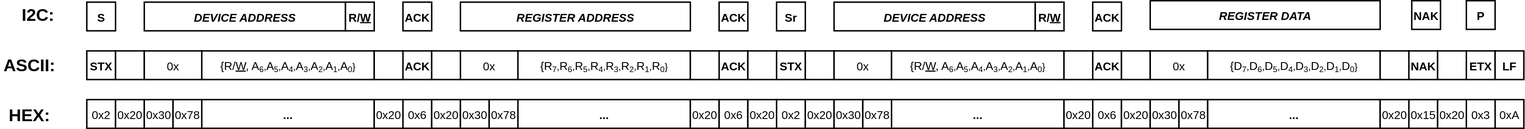
The draw.io diagram Table.svg in TomFahey/FPGA-I2C-Monitor, before a commit. Source tidied: cells renumbered, new cells last; positions are measured from the earlier drawing's top-left corner, leaving out a move shared by most shapes.
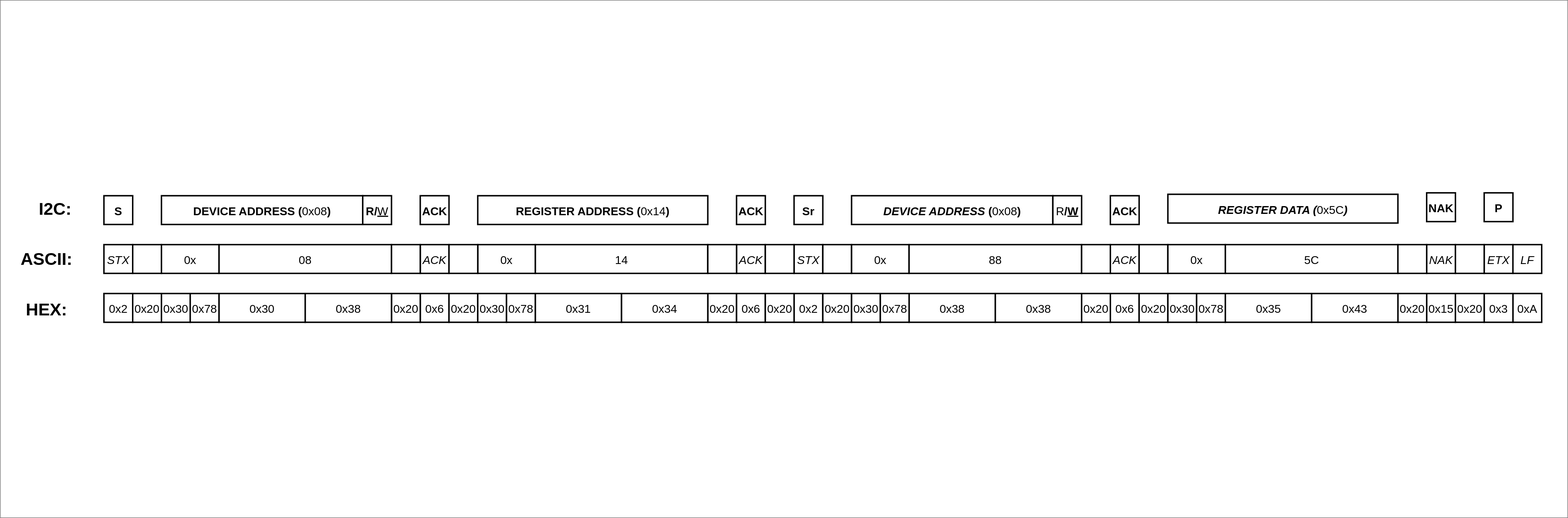
After the change.

What changed in the source:
```diff
@@ -4,2 +4,5 @@
     <mxCell id="1" parent="0" />
+    <mxCell id="74" style="rounded=0;whiteSpace=wrap;html=1;fillColor=none;" parent="1" vertex="1">
+      <mxGeometry x="-60" y="-675" width="5450" height="1800" as="geometry" />
+    </mxCell>
     <mxCell id="2" value="&lt;font style=&quot;font-size: 40px;&quot;&gt;S&lt;/font&gt;" style="rounded=0;whiteSpace=wrap;html=1;strokeWidth=5;fontStyle=1;fontSize=50;" parent="1" vertex="1">
@@ -7,6 +10,6 @@
     </mxCell>
-    <mxCell id="3" value="&lt;font style=&quot;font-size: 40px;&quot;&gt;&lt;b&gt;&lt;i&gt;DEVICE ADDRESS&lt;/i&gt;&lt;/b&gt;&lt;/font&gt;" style="rounded=0;whiteSpace=wrap;html=1;strokeWidth=5;fontSize=50;" parent="1" vertex="1">
+    <mxCell id="3" value="&lt;font style=&quot;font-size: 40px;&quot;&gt;&lt;b&gt;DEVICE ADDRESS (&lt;/b&gt;0x08&lt;b&gt;)&lt;/b&gt;&lt;/font&gt;" style="rounded=0;whiteSpace=wrap;html=1;strokeWidth=5;fontSize=50;" parent="1" vertex="1">
       <mxGeometry x="500" y="5" width="700" height="100" as="geometry" />
     </mxCell>
-    <mxCell id="4" value="&lt;b&gt;&lt;font style=&quot;font-size: 40px;&quot;&gt;R/&lt;u&gt;W&lt;/u&gt;&lt;/font&gt;&lt;/b&gt;" style="rounded=0;whiteSpace=wrap;html=1;strokeWidth=5;fontSize=50;align=center;" parent="1" vertex="1">
+    <mxCell id="4" value="&lt;font style=&quot;font-size: 40px;&quot;&gt;&lt;b&gt;R/&lt;/b&gt;&lt;u style=&quot;&quot;&gt;W&lt;/u&gt;&lt;/font&gt;" style="rounded=0;whiteSpace=wrap;html=1;strokeWidth=5;fontSize=50;align=center;" parent="1" vertex="1">
       <mxGeometry x="1200" y="5" width="100" height="100" as="geometry" />
@@ -16,3 +19,3 @@
     </mxCell>
-    <mxCell id="6" value="&lt;font style=&quot;&quot;&gt;&lt;b style=&quot;&quot;&gt;&lt;font style=&quot;font-size: 40px;&quot;&gt;&lt;i&gt;REGISTER ADDRESS&lt;/i&gt;&lt;/font&gt;&lt;/b&gt;&lt;br style=&quot;font-size: 50px;&quot;&gt;&lt;/font&gt;" style="rounded=0;whiteSpace=wrap;html=1;strokeWidth=5;fontSize=50;" parent="1" vertex="1">
+    <mxCell id="6" value="&lt;font style=&quot;&quot;&gt;&lt;font style=&quot;font-size: 40px;&quot;&gt;&lt;b&gt;REGISTER ADDRESS (&lt;/b&gt;0x14&lt;b&gt;)&lt;/b&gt;&lt;/font&gt;&lt;br style=&quot;font-size: 50px;&quot;&gt;&lt;/font&gt;" style="rounded=0;whiteSpace=wrap;html=1;strokeWidth=5;fontSize=50;" parent="1" vertex="1">
       <mxGeometry x="1600" y="5" width="800" height="100" as="geometry" />
@@ -25,6 +28,6 @@
     </mxCell>
-    <mxCell id="9" value="&lt;font style=&quot;&quot;&gt;&lt;b style=&quot;&quot;&gt;&lt;font style=&quot;font-size: 40px;&quot;&gt;&lt;i&gt;DEVICE ADDRESS&lt;/i&gt;&lt;/font&gt;&lt;/b&gt;&lt;br style=&quot;font-size: 50px;&quot;&gt;&lt;/font&gt;" style="rounded=0;whiteSpace=wrap;html=1;strokeWidth=5;fontSize=50;" parent="1" vertex="1">
+    <mxCell id="9" value="&lt;font style=&quot;&quot;&gt;&lt;font style=&quot;font-size: 40px;&quot;&gt;&lt;i style=&quot;font-weight: bold;&quot;&gt;DEVICE ADDRESS&lt;/i&gt;&lt;b&gt;&amp;nbsp;(&lt;/b&gt;0x08&lt;b&gt;)&lt;/b&gt;&lt;/font&gt;&lt;br style=&quot;font-size: 50px;&quot;&gt;&lt;/font&gt;" style="rounded=0;whiteSpace=wrap;html=1;strokeWidth=5;fontSize=50;" parent="1" vertex="1">
       <mxGeometry x="2900" y="5" width="700" height="100" as="geometry" />
     </mxCell>
-    <mxCell id="10" value="&lt;b&gt;&lt;font style=&quot;font-size: 40px;&quot;&gt;R/&lt;u&gt;W&lt;/u&gt;&lt;/font&gt;&lt;/b&gt;" style="rounded=0;whiteSpace=wrap;html=1;strokeWidth=5;fontSize=50;align=center;" parent="1" vertex="1">
+    <mxCell id="10" value="&lt;font style=&quot;font-size: 40px;&quot;&gt;R&lt;b&gt;/&lt;/b&gt;&lt;u style=&quot;font-weight: bold;&quot;&gt;W&lt;/u&gt;&lt;/font&gt;" style="rounded=0;whiteSpace=wrap;html=1;strokeWidth=5;fontSize=50;align=center;" parent="1" vertex="1">
       <mxGeometry x="3600" y="5" width="100" height="100" as="geometry" />
@@ -34,3 +37,3 @@
     </mxCell>
-    <mxCell id="12" value="&lt;font style=&quot;&quot;&gt;&lt;b style=&quot;&quot;&gt;&lt;font style=&quot;font-size: 40px;&quot;&gt;&lt;i&gt;REGISTER DATA&lt;/i&gt;&lt;/font&gt;&lt;/b&gt;&lt;br style=&quot;font-size: 50px;&quot;&gt;&lt;/font&gt;" style="rounded=0;whiteSpace=wrap;html=1;strokeWidth=5;fontSize=50;" parent="1" vertex="1">
+    <mxCell id="12" value="&lt;font style=&quot;&quot;&gt;&lt;font style=&quot;font-size: 40px;&quot;&gt;&lt;i style=&quot;font-weight: bold;&quot;&gt;REGISTER DATA (&lt;/i&gt;0x5C&lt;i style=&quot;font-weight: bold;&quot;&gt;)&lt;/i&gt;&lt;/font&gt;&lt;br style=&quot;font-size: 50px;&quot;&gt;&lt;/font&gt;" style="rounded=0;whiteSpace=wrap;html=1;strokeWidth=5;fontSize=50;" parent="1" vertex="1">
       <mxGeometry x="4000" width="800" height="100" as="geometry" />
@@ -38,26 +41,26 @@
     <mxCell id="13" value="&lt;font style=&quot;font-size: 40px;&quot;&gt;&lt;b&gt;NAK&lt;/b&gt;&lt;/font&gt;" style="rounded=0;whiteSpace=wrap;html=1;strokeWidth=5;fontSize=50;" parent="1" vertex="1">
-      <mxGeometry x="4910" width="100" height="100" as="geometry" />
+      <mxGeometry x="4900" y="-5" width="100" height="100" as="geometry" />
     </mxCell>
     <mxCell id="14" value="&lt;font style=&quot;font-size: 40px;&quot;&gt;&lt;b&gt;P&lt;/b&gt;&lt;/font&gt;" style="rounded=0;whiteSpace=wrap;html=1;strokeWidth=5;fontSize=50;" parent="1" vertex="1">
-      <mxGeometry x="5100" width="100" height="100" as="geometry" />
+      <mxGeometry x="5100" y="-5" width="100" height="100" as="geometry" />
     </mxCell>
-    <mxCell id="15" value="&lt;span style=&quot;font-size: 40px;&quot;&gt;STX&lt;/span&gt;" style="rounded=0;whiteSpace=wrap;html=1;strokeWidth=5;fontStyle=1;fontSize=50;" parent="1" vertex="1">
+    <mxCell id="15" value="&lt;span style=&quot;font-size: 40px; font-weight: normal;&quot;&gt;&lt;i&gt;STX&lt;/i&gt;&lt;/span&gt;" style="rounded=0;whiteSpace=wrap;html=1;strokeWidth=5;fontStyle=1;fontSize=50;" parent="1" vertex="1">
       <mxGeometry x="300" y="175" width="100" height="100" as="geometry" />
     </mxCell>
-    <mxCell id="16" value="&lt;font style=&quot;font-size: 40px;&quot;&gt;{R/&lt;u&gt;W&lt;/u&gt;, A&lt;/font&gt;&lt;font style=&quot;font-size: 33.3333px;&quot;&gt;&lt;sub&gt;6&lt;/sub&gt;,&lt;/font&gt;&lt;font style=&quot;font-size: 40px;&quot;&gt;A&lt;/font&gt;&lt;font style=&quot;font-size: 33.3333px;&quot;&gt;&lt;sub&gt;5&lt;/sub&gt;,&lt;/font&gt;&lt;font style=&quot;font-size: 40px;&quot;&gt;A&lt;/font&gt;&lt;font style=&quot;font-size: 33.3333px;&quot;&gt;&lt;sub&gt;4&lt;/sub&gt;,&lt;/font&gt;&lt;font style=&quot;font-size: 40px;&quot;&gt;A&lt;/font&gt;&lt;font style=&quot;font-size: 33.3333px;&quot;&gt;&lt;sub&gt;3&lt;/sub&gt;,&lt;/font&gt;&lt;font style=&quot;font-size: 40px;&quot;&gt;A&lt;/font&gt;&lt;font style=&quot;font-size: 33.3333px;&quot;&gt;&lt;sub&gt;2&lt;/sub&gt;,&lt;/font&gt;&lt;font style=&quot;font-size: 40px;&quot;&gt;A&lt;/font&gt;&lt;font style=&quot;font-size: 33.3333px;&quot;&gt;&lt;sub&gt;1&lt;/sub&gt;,&lt;/font&gt;&lt;font style=&quot;font-size: 40px;&quot;&gt;A&lt;/font&gt;&lt;font style=&quot;font-size: 33.3333px;&quot;&gt;&lt;sub style=&quot;&quot;&gt;0&lt;/sub&gt;}&lt;/font&gt;" style="rounded=0;whiteSpace=wrap;html=1;strokeWidth=5;fontSize=50;" parent="1" vertex="1">
+    <mxCell id="16" value="&lt;span style=&quot;font-size: 40px;&quot;&gt;08&lt;/span&gt;" style="rounded=0;whiteSpace=wrap;html=1;strokeWidth=5;fontSize=50;" parent="1" vertex="1">
       <mxGeometry x="700" y="175" width="600" height="100" as="geometry" />
     </mxCell>
-    <mxCell id="17" value="&lt;font style=&quot;font-size: 40px;&quot;&gt;&lt;b&gt;ACK&lt;/b&gt;&lt;/font&gt;" style="rounded=0;whiteSpace=wrap;html=1;strokeWidth=5;fontSize=50;" parent="1" vertex="1">
+    <mxCell id="17" value="&lt;font style=&quot;font-size: 40px;&quot;&gt;&lt;i style=&quot;&quot;&gt;ACK&lt;/i&gt;&lt;/font&gt;" style="rounded=0;whiteSpace=wrap;html=1;strokeWidth=5;fontSize=50;" parent="1" vertex="1">
       <mxGeometry x="1400" y="175" width="100" height="100" as="geometry" />
     </mxCell>
-    <mxCell id="18" value="&lt;font style=&quot;font-size: 40px;&quot;&gt;&lt;b&gt;STX&lt;/b&gt;&lt;/font&gt;" style="rounded=0;whiteSpace=wrap;html=1;strokeWidth=5;fontSize=50;" parent="1" vertex="1">
+    <mxCell id="18" value="&lt;font style=&quot;font-size: 40px;&quot;&gt;&lt;i style=&quot;&quot;&gt;STX&lt;/i&gt;&lt;/font&gt;" style="rounded=0;whiteSpace=wrap;html=1;strokeWidth=5;fontSize=50;" parent="1" vertex="1">
       <mxGeometry x="2700" y="175" width="100" height="100" as="geometry" />
     </mxCell>
-    <mxCell id="19" value="&lt;font style=&quot;font-size: 40px;&quot;&gt;&lt;b&gt;ACK&lt;/b&gt;&lt;/font&gt;" style="rounded=0;whiteSpace=wrap;html=1;strokeWidth=5;fontSize=50;" parent="1" vertex="1">
+    <mxCell id="19" value="&lt;font style=&quot;font-size: 40px;&quot;&gt;&lt;i style=&quot;&quot;&gt;ACK&lt;/i&gt;&lt;/font&gt;" style="rounded=0;whiteSpace=wrap;html=1;strokeWidth=5;fontSize=50;" parent="1" vertex="1">
       <mxGeometry x="3800" y="175" width="100" height="100" as="geometry" />
     </mxCell>
-    <mxCell id="20" value="&lt;font style=&quot;font-size: 40px;&quot;&gt;&lt;b&gt;NAK&lt;/b&gt;&lt;/font&gt;" style="rounded=0;whiteSpace=wrap;html=1;strokeWidth=5;fontSize=50;" parent="1" vertex="1">
+    <mxCell id="20" value="&lt;font style=&quot;font-size: 40px;&quot;&gt;&lt;i style=&quot;&quot;&gt;NAK&lt;/i&gt;&lt;/font&gt;" style="rounded=0;whiteSpace=wrap;html=1;strokeWidth=5;fontSize=50;" parent="1" vertex="1">
       <mxGeometry x="4900" y="175" width="100" height="100" as="geometry" />
     </mxCell>
-    <mxCell id="21" value="&lt;font style=&quot;font-size: 40px;&quot;&gt;&lt;b&gt;ETX&lt;/b&gt;&lt;/font&gt;" style="rounded=0;whiteSpace=wrap;html=1;strokeWidth=5;fontSize=50;" parent="1" vertex="1">
+    <mxCell id="21" value="&lt;font style=&quot;font-size: 40px;&quot;&gt;&lt;i style=&quot;&quot;&gt;ETX&lt;/i&gt;&lt;/font&gt;" style="rounded=0;whiteSpace=wrap;html=1;strokeWidth=5;fontSize=50;" parent="1" vertex="1">
       <mxGeometry x="5100" y="175" width="100" height="100" as="geometry" />
@@ -70,4 +73,4 @@
     </mxCell>
-    <mxCell id="24" value="&lt;font style=&quot;&quot;&gt;&lt;b style=&quot;&quot;&gt;&lt;font style=&quot;font-size: 40px;&quot;&gt;...&lt;/font&gt;&lt;/b&gt;&lt;br style=&quot;font-size: 50px;&quot;&gt;&lt;/font&gt;" style="rounded=0;whiteSpace=wrap;html=1;strokeWidth=5;fontSize=50;" parent="1" vertex="1">
-      <mxGeometry x="700" y="345" width="600" height="100" as="geometry" />
+    <mxCell id="24" value="&lt;font style=&quot;&quot;&gt;&lt;font style=&quot;font-size: 40px;&quot;&gt;0x30&lt;/font&gt;&lt;br style=&quot;font-size: 50px;&quot;&gt;&lt;/font&gt;" style="rounded=0;whiteSpace=wrap;html=1;strokeWidth=5;fontSize=50;" parent="1" vertex="1">
+      <mxGeometry x="700" y="345" width="300" height="100" as="geometry" />
     </mxCell>
@@ -79,4 +82,4 @@
     </mxCell>
-    <mxCell id="27" value="&lt;font style=&quot;&quot;&gt;&lt;b style=&quot;&quot;&gt;&lt;font style=&quot;font-size: 40px;&quot;&gt;...&lt;/font&gt;&lt;/b&gt;&lt;br style=&quot;font-size: 50px;&quot;&gt;&lt;/font&gt;" style="rounded=0;whiteSpace=wrap;html=1;strokeWidth=5;fontSize=50;" parent="1" vertex="1">
-      <mxGeometry x="1800" y="345" width="600" height="100" as="geometry" />
+    <mxCell id="27" value="&lt;font style=&quot;&quot;&gt;&lt;font style=&quot;font-size: 40px;&quot;&gt;0x31&lt;/font&gt;&lt;br style=&quot;font-size: 50px;&quot;&gt;&lt;/font&gt;" style="rounded=0;whiteSpace=wrap;html=1;strokeWidth=5;fontSize=50;" parent="1" vertex="1">
+      <mxGeometry x="1800" y="345" width="300" height="100" as="geometry" />
     </mxCell>
@@ -85,4 +88,4 @@
     </mxCell>
-    <mxCell id="29" value="&lt;font style=&quot;&quot;&gt;&lt;b style=&quot;&quot;&gt;&lt;font style=&quot;font-size: 40px;&quot;&gt;...&lt;/font&gt;&lt;/b&gt;&lt;br style=&quot;font-size: 50px;&quot;&gt;&lt;/font&gt;" style="rounded=0;whiteSpace=wrap;html=1;strokeWidth=5;fontSize=50;" parent="1" vertex="1">
-      <mxGeometry x="3100" y="345" width="600" height="100" as="geometry" />
+    <mxCell id="29" value="&lt;font style=&quot;&quot;&gt;&lt;font style=&quot;font-size: 40px;&quot;&gt;0x38&lt;/font&gt;&lt;br style=&quot;font-size: 50px;&quot;&gt;&lt;/font&gt;" style="rounded=0;whiteSpace=wrap;html=1;strokeWidth=5;fontSize=50;" parent="1" vertex="1">
+      <mxGeometry x="3100" y="345" width="300" height="100" as="geometry" />
     </mxCell>
@@ -109,3 +112,3 @@
     </mxCell>
-    <mxCell id="37" value="&lt;font style=&quot;&quot;&gt;&lt;span style=&quot;font-weight: normal;&quot;&gt;&lt;span style=&quot;&quot;&gt;&lt;font style=&quot;font-size: 40px;&quot;&gt;{&lt;/font&gt;&lt;/span&gt;&lt;span&gt;&lt;font style=&quot;font-size: 40px;&quot;&gt;R&lt;/font&gt;&lt;font style=&quot;font-size: 33.3333px;&quot;&gt;&lt;sub&gt;7&lt;/sub&gt;,&lt;/font&gt;&lt;/span&gt;&lt;span style=&quot;&quot;&gt;&lt;font style=&quot;font-size: 40px;&quot;&gt;R&lt;/font&gt;&lt;font style=&quot;font-size: 33.3333px;&quot;&gt;&lt;sub&gt;6&lt;/sub&gt;,&lt;/font&gt;&lt;font style=&quot;font-size: 40px;&quot;&gt;R&lt;/font&gt;&lt;/span&gt;&lt;span&gt;&lt;font style=&quot;font-size: 33.3333px;&quot;&gt;&lt;sub&gt;5&lt;/sub&gt;,&lt;/font&gt;&lt;font style=&quot;font-size: 40px;&quot;&gt;R&lt;/font&gt;&lt;/span&gt;&lt;span&gt;&lt;font style=&quot;font-size: 33.3333px;&quot;&gt;&lt;sub&gt;4&lt;/sub&gt;,&lt;/font&gt;&lt;font style=&quot;font-size: 40px;&quot;&gt;R&lt;/font&gt;&lt;/span&gt;&lt;span&gt;&lt;font style=&quot;font-size: 33.3333px;&quot;&gt;&lt;sub&gt;3&lt;/sub&gt;,&lt;/font&gt;&lt;font style=&quot;font-size: 40px;&quot;&gt;R&lt;/font&gt;&lt;/span&gt;&lt;span&gt;&lt;font style=&quot;font-size: 33.3333px;&quot;&gt;&lt;sub&gt;2&lt;/sub&gt;,&lt;/font&gt;&lt;font style=&quot;font-size: 40px;&quot;&gt;R&lt;/font&gt;&lt;/span&gt;&lt;span&gt;&lt;font style=&quot;font-size: 33.3333px;&quot;&gt;&lt;sub&gt;1&lt;/sub&gt;,&lt;/font&gt;&lt;font style=&quot;font-size: 40px;&quot;&gt;R&lt;/font&gt;&lt;/span&gt;&lt;span&gt;&lt;font style=&quot;font-size: 33.3333px;&quot;&gt;&lt;sub&gt;0&lt;/sub&gt;}&lt;/font&gt;&lt;/span&gt;&lt;/span&gt;&lt;br style=&quot;font-size: 50px;&quot;&gt;&lt;/font&gt;" style="rounded=0;whiteSpace=wrap;html=1;strokeWidth=5;fontSize=50;fontStyle=1;" parent="1" vertex="1">
+    <mxCell id="37" value="&lt;font style=&quot;font-size: 40px; font-weight: 400;&quot;&gt;14&lt;/font&gt;" style="rounded=0;whiteSpace=wrap;html=1;strokeWidth=5;fontSize=50;fontStyle=1;" parent="1" vertex="1">
       <mxGeometry x="1800" y="175" width="600" height="100" as="geometry" />
@@ -118,3 +121,3 @@
     </mxCell>
-    <mxCell id="40" value="&lt;font style=&quot;font-size: 40px;&quot;&gt;&lt;b&gt;ACK&lt;/b&gt;&lt;/font&gt;" style="rounded=0;whiteSpace=wrap;html=1;strokeWidth=5;fontSize=50;" parent="1" vertex="1">
+    <mxCell id="40" value="&lt;font style=&quot;font-size: 40px;&quot;&gt;&lt;i style=&quot;&quot;&gt;ACK&lt;/i&gt;&lt;/font&gt;" style="rounded=0;whiteSpace=wrap;html=1;strokeWidth=5;fontSize=50;" parent="1" vertex="1">
       <mxGeometry x="2500" y="175" width="100" height="100" as="geometry" />
@@ -133,3 +136,3 @@
     </mxCell>
-    <mxCell id="45" value="&lt;font style=&quot;font-size: 40px;&quot;&gt;{R/&lt;u&gt;W&lt;/u&gt;, A&lt;/font&gt;&lt;font style=&quot;font-size: 33.3333px;&quot;&gt;&lt;sub&gt;6&lt;/sub&gt;,&lt;/font&gt;&lt;font style=&quot;font-size: 40px;&quot;&gt;A&lt;/font&gt;&lt;font style=&quot;font-size: 33.3333px;&quot;&gt;&lt;sub&gt;5&lt;/sub&gt;,&lt;/font&gt;&lt;font style=&quot;font-size: 40px;&quot;&gt;A&lt;/font&gt;&lt;font style=&quot;font-size: 33.3333px;&quot;&gt;&lt;sub&gt;4&lt;/sub&gt;,&lt;/font&gt;&lt;font style=&quot;font-size: 40px;&quot;&gt;A&lt;/font&gt;&lt;font style=&quot;font-size: 33.3333px;&quot;&gt;&lt;sub&gt;3&lt;/sub&gt;,&lt;/font&gt;&lt;font style=&quot;font-size: 40px;&quot;&gt;A&lt;/font&gt;&lt;font style=&quot;font-size: 33.3333px;&quot;&gt;&lt;sub&gt;2&lt;/sub&gt;,&lt;/font&gt;&lt;font style=&quot;font-size: 40px;&quot;&gt;A&lt;/font&gt;&lt;font style=&quot;font-size: 33.3333px;&quot;&gt;&lt;sub&gt;1&lt;/sub&gt;,&lt;/font&gt;&lt;font style=&quot;font-size: 40px;&quot;&gt;A&lt;/font&gt;&lt;font style=&quot;font-size: 33.3333px;&quot;&gt;&lt;sub style=&quot;&quot;&gt;0&lt;/sub&gt;}&lt;/font&gt;" style="rounded=0;whiteSpace=wrap;html=1;strokeWidth=5;fontSize=50;" parent="1" vertex="1">
+    <mxCell id="45" value="&lt;span style=&quot;font-size: 40px;&quot;&gt;88&lt;/span&gt;" style="rounded=0;whiteSpace=wrap;html=1;strokeWidth=5;fontSize=50;" parent="1" vertex="1">
       <mxGeometry x="3100" y="175" width="600" height="100" as="geometry" />
@@ -148,3 +151,3 @@
     </mxCell>
-    <mxCell id="50" value="&lt;font style=&quot;&quot;&gt;&lt;font style=&quot;font-size: 40px;&quot;&gt;{D&lt;/font&gt;&lt;font style=&quot;font-size: 33.3333px;&quot;&gt;&lt;sub&gt;7&lt;/sub&gt;,&lt;/font&gt;&lt;font style=&quot;font-size: 40px;&quot;&gt;D&lt;/font&gt;&lt;font style=&quot;font-size: 33.3333px;&quot;&gt;&lt;sub&gt;6&lt;/sub&gt;,&lt;/font&gt;&lt;font style=&quot;font-size: 40px;&quot;&gt;D&lt;/font&gt;&lt;font style=&quot;font-size: 33.3333px;&quot;&gt;&lt;sub&gt;5&lt;/sub&gt;,&lt;/font&gt;&lt;font style=&quot;font-size: 40px;&quot;&gt;D&lt;/font&gt;&lt;font style=&quot;font-size: 33.3333px;&quot;&gt;&lt;sub&gt;4&lt;/sub&gt;,&lt;/font&gt;&lt;font style=&quot;font-size: 40px;&quot;&gt;D&lt;/font&gt;&lt;font style=&quot;font-size: 33.3333px;&quot;&gt;&lt;sub&gt;3&lt;/sub&gt;,&lt;/font&gt;&lt;font style=&quot;font-size: 40px;&quot;&gt;D&lt;/font&gt;&lt;font style=&quot;font-size: 33.3333px;&quot;&gt;&lt;sub&gt;2&lt;/sub&gt;,&lt;/font&gt;&lt;font style=&quot;font-size: 40px;&quot;&gt;D&lt;/font&gt;&lt;font style=&quot;font-size: 33.3333px;&quot;&gt;&lt;sub&gt;1&lt;/sub&gt;,&lt;/font&gt;&lt;font style=&quot;font-size: 40px;&quot;&gt;D&lt;/font&gt;&lt;font style=&quot;font-size: 33.3333px;&quot;&gt;&lt;sub style=&quot;&quot;&gt;0&lt;/sub&gt;}&lt;/font&gt;&lt;br style=&quot;font-size: 50px;&quot;&gt;&lt;/font&gt;" style="rounded=0;whiteSpace=wrap;html=1;strokeWidth=5;fontSize=50;" parent="1" vertex="1">
+    <mxCell id="50" value="&lt;font style=&quot;font-size: 40px;&quot;&gt;5C&lt;/font&gt;" style="rounded=0;whiteSpace=wrap;html=1;strokeWidth=5;fontSize=50;" parent="1" vertex="1">
       <mxGeometry x="4200" y="175" width="600" height="100" as="geometry" />
@@ -157,3 +160,3 @@
     </mxCell>
-    <mxCell id="53" value="&lt;font style=&quot;font-size: 40px;&quot;&gt;&lt;b&gt;LF&lt;/b&gt;&lt;/font&gt;" style="rounded=0;whiteSpace=wrap;html=1;strokeWidth=5;fontSize=50;" parent="1" vertex="1">
+    <mxCell id="53" value="&lt;font style=&quot;font-size: 40px;&quot;&gt;&lt;i style=&quot;&quot;&gt;LF&lt;/i&gt;&lt;/font&gt;" style="rounded=0;whiteSpace=wrap;html=1;strokeWidth=5;fontSize=50;" parent="1" vertex="1">
       <mxGeometry x="5200" y="175" width="100" height="100" as="geometry" />
@@ -211,4 +214,4 @@
     </mxCell>
-    <mxCell id="71" value="&lt;font style=&quot;&quot;&gt;&lt;b style=&quot;&quot;&gt;&lt;font style=&quot;font-size: 40px;&quot;&gt;...&lt;/font&gt;&lt;/b&gt;&lt;br style=&quot;font-size: 50px;&quot;&gt;&lt;/font&gt;" style="rounded=0;whiteSpace=wrap;html=1;strokeWidth=5;fontSize=50;" parent="1" vertex="1">
-      <mxGeometry x="4200" y="345" width="600" height="100" as="geometry" />
+    <mxCell id="71" value="&lt;font style=&quot;&quot;&gt;&lt;font style=&quot;font-size: 40px;&quot;&gt;0x35&lt;/font&gt;&lt;br style=&quot;font-size: 50px;&quot;&gt;&lt;/font&gt;" style="rounded=0;whiteSpace=wrap;html=1;strokeWidth=5;fontSize=50;" parent="1" vertex="1">
+      <mxGeometry x="4200" y="345" width="300" height="100" as="geometry" />
     </mxCell>
@@ -220,2 +223,14 @@
     </mxCell>
+    <mxCell id="75" value="&lt;font style=&quot;&quot;&gt;&lt;font style=&quot;font-size: 40px;&quot;&gt;0x38&lt;/font&gt;&lt;br style=&quot;font-size: 50px;&quot;&gt;&lt;/font&gt;" style="rounded=0;whiteSpace=wrap;html=1;strokeWidth=5;fontSize=50;" parent="1" vertex="1">
+      <mxGeometry x="1000" y="345" width="300" height="100" as="geometry" />
+    </mxCell>
+    <mxCell id="76" value="&lt;font style=&quot;&quot;&gt;&lt;font style=&quot;font-size: 40px;&quot;&gt;0x34&lt;/font&gt;&lt;br style=&quot;font-size: 50px;&quot;&gt;&lt;/font&gt;" style="rounded=0;whiteSpace=wrap;html=1;strokeWidth=5;fontSize=50;" parent="1" vertex="1">
+      <mxGeometry x="2100" y="345" width="300" height="100" as="geometry" />
+    </mxCell>
+    <mxCell id="77" value="&lt;font style=&quot;font-size: 40px;&quot;&gt;0x38&lt;/font&gt;" style="rounded=0;whiteSpace=wrap;html=1;strokeWidth=5;fontSize=50;" parent="1" vertex="1">
+      <mxGeometry x="3400" y="345" width="300" height="100" as="geometry" />
+    </mxCell>
+    <mxCell id="78" value="&lt;font style=&quot;&quot;&gt;&lt;font style=&quot;font-size: 40px;&quot;&gt;0x43&lt;/font&gt;&lt;br style=&quot;font-size: 50px;&quot;&gt;&lt;/font&gt;" style="rounded=0;whiteSpace=wrap;html=1;strokeWidth=5;fontSize=50;" parent="1" vertex="1">
+      <mxGeometry x="4500" y="345" width="300" height="100" as="geometry" />
+    </mxCell>
   </root>
```
